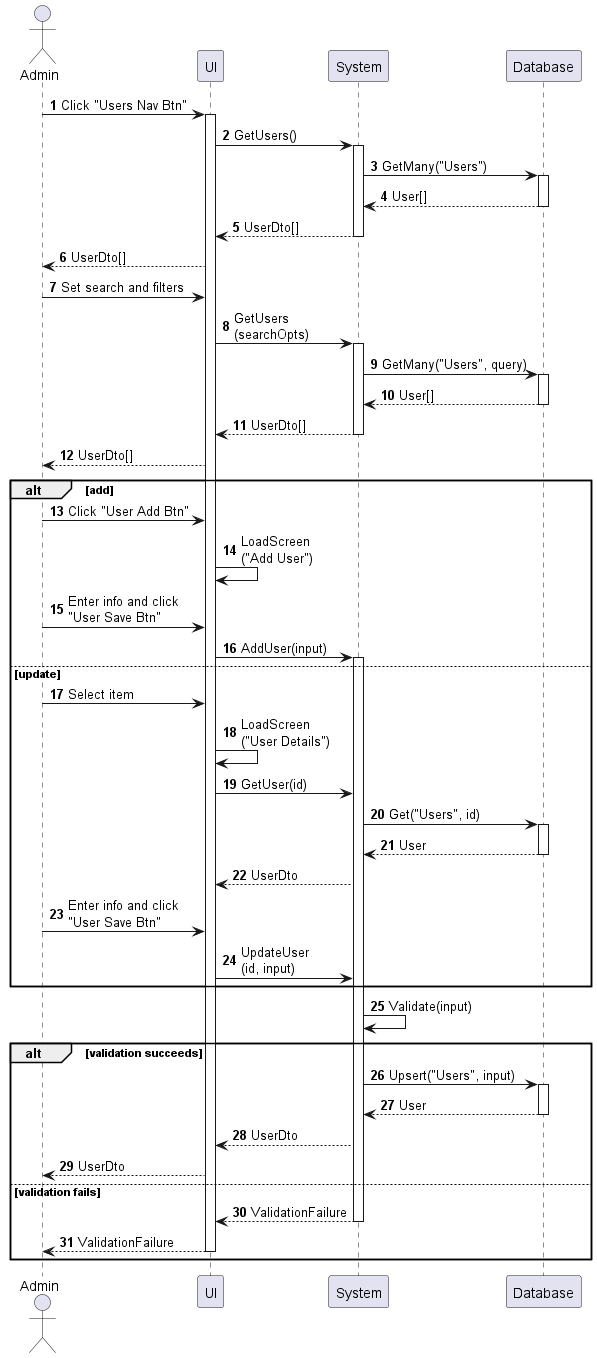
Earlier version of the PlantUML export sequences/user-enter.png (phihungha/scmss-reqs).
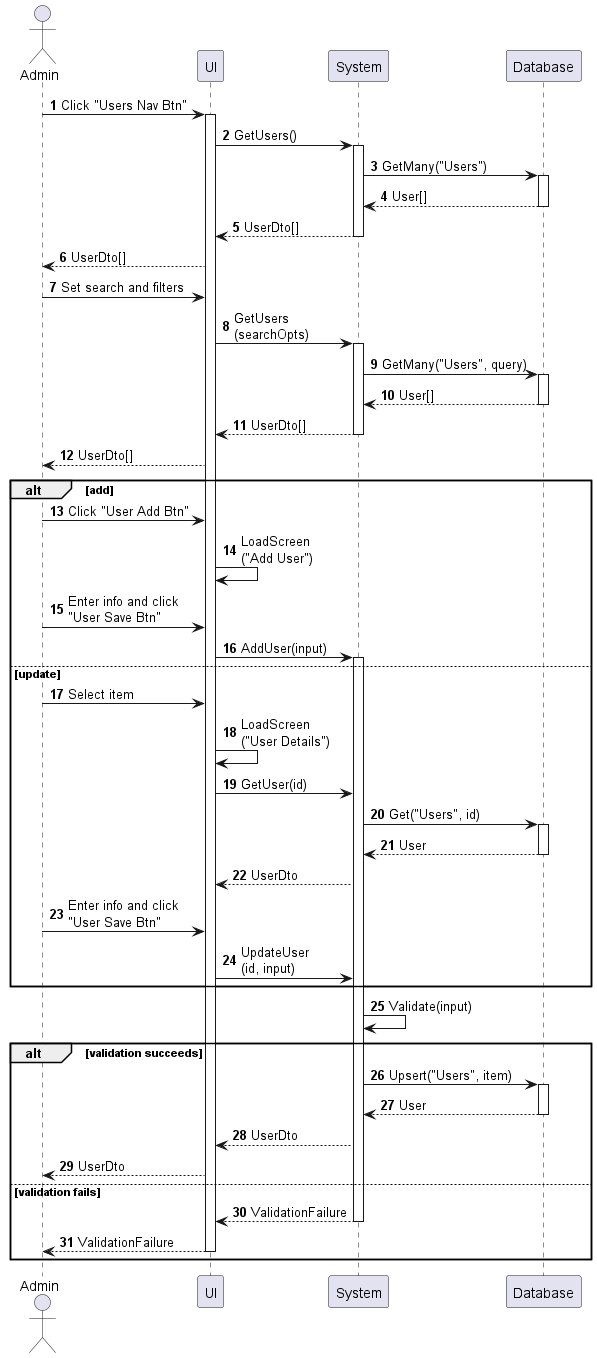
Above is the later version.

What changed in the source:
```diff
@@ -45,7 +45,7 @@
 b -> b : Validate(input)
 
 alt validation succeeds
-    b -> d : Upsert("Users", input)
+    b -> d : Upsert("Users", item)
     activate d
     return User
     b --> f : UserDto
```
